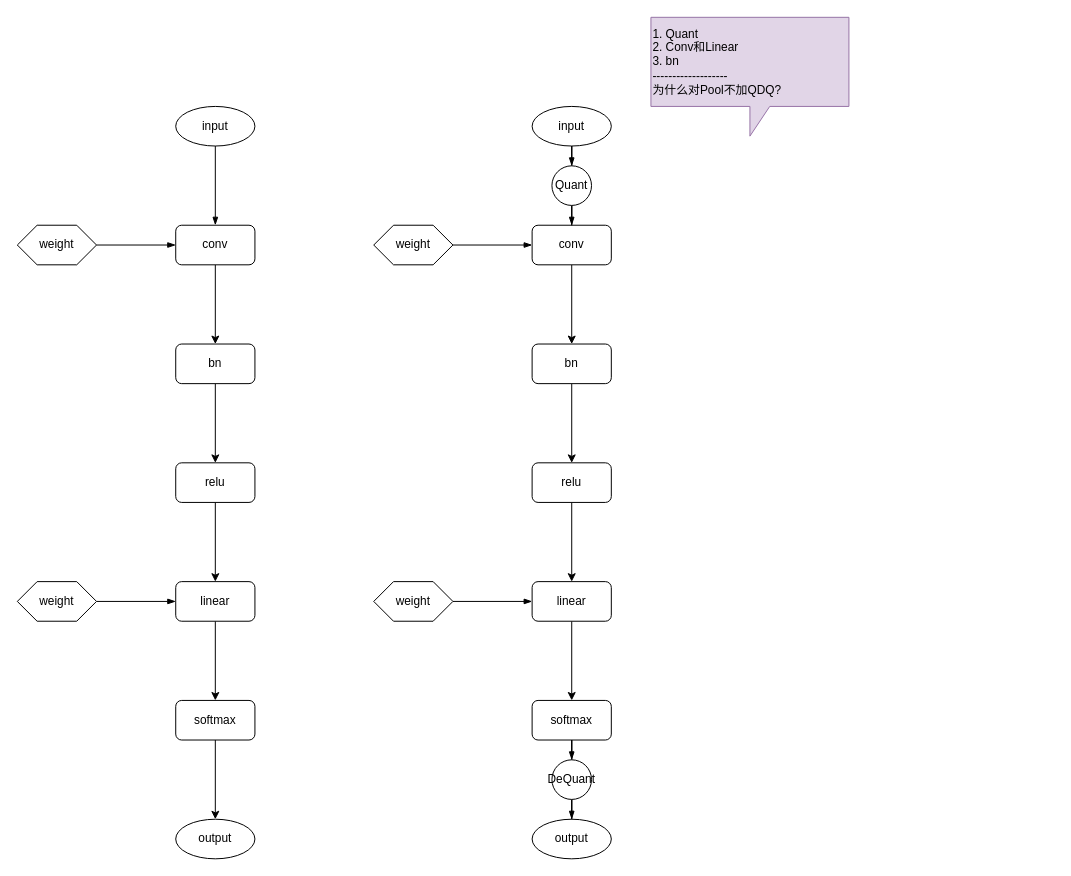
The draw.io diagram torch/QAT_Model_Flow.drawio in alanzhai219/dive_into_framework, before the edit. Source tidied: cells renumbered, new cells numbered last; positions are measured from the earlier drawing's top-left corner, leaving out a move shared by most shapes. Both pictures are drawn from the tidied source at 99%, with x=0, y=0 at pixel (17, 17).
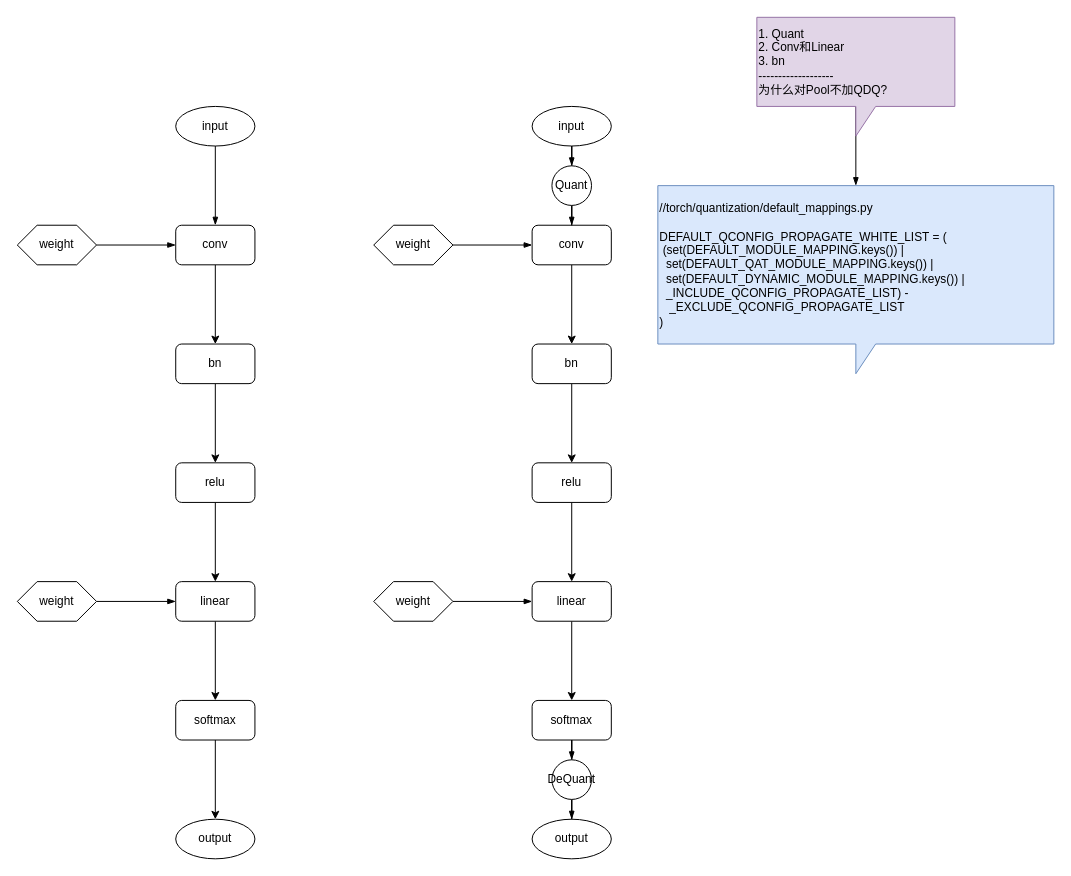
After the change.

Change to the diagram source:
```diff
@@
+    <mxCell id="41" style="edgeStyle=orthogonalEdgeStyle;rounded=0;jettySize=auto;html=1;endArrow=blockThin;endFill=1;" parent="1" edge="1" source="40" target="42">
+      <mxGeometry relative="1" as="geometry" />
+    </mxCell>
     <mxCell id="40" value="1. Quant&lt;br&gt;2. Conv和Linear&lt;br&gt;3. bn&lt;br&gt;-------------------&lt;br&gt;为什么对Pool不加QDQ?" style="shape=callout;whiteSpace=wrap;html=1;perimeter=calloutPerimeter;align=left;fillColor=#e1d5e7;strokeColor=#9673a6;" parent="1" vertex="1">
-      <mxGeometry x="640" width="200" height="120" as="geometry" />
+      <mxGeometry x="747" width="200" height="120" as="geometry" />
     </mxCell>
+    <mxCell id="42" value="&lt;div&gt;&lt;span&gt;//torch/quantization/default_mappings.py&lt;/span&gt;&lt;/div&gt;&lt;div&gt;&lt;span&gt;&lt;br&gt;&lt;/span&gt;&lt;/div&gt;&lt;span&gt;&lt;div&gt;DEFAULT_QCONFIG_PROPAGATE_WHITE_LIST = (&lt;span&gt;&amp;nbsp; &lt;span style=&quot;white-space: pre&quot;&gt; &lt;/span&gt;(set(DEFAULT_MODULE_MAPPING.keys()) |&lt;/span&gt;&lt;span&gt;&amp;nbsp; &amp;nbsp; &lt;span style=&quot;white-space: pre&quot;&gt; &lt;/span&gt;&amp;nbsp;set(DEFAULT_QAT_MODULE_MAPPING.keys()) |&lt;/span&gt;&lt;span&gt;&amp;nbsp; &lt;span style=&quot;white-space: pre&quot;&gt; &lt;/span&gt;&amp;nbsp;set(DEFAULT_DYNAMIC_MODULE_MAPPING.keys()) |&lt;/span&gt;&lt;span&gt;&amp;nbsp; &lt;span style=&quot;white-space: pre&quot;&gt; &lt;/span&gt;&amp;nbsp;_INCLUDE_QCONFIG_PROPAGATE_LIST) -&lt;/span&gt;&lt;span&gt;&amp;nbsp; &amp;nbsp;&lt;span style=&quot;white-space: pre&quot;&gt; &lt;/span&gt;&amp;nbsp;_EXCLUDE_QCONFIG_PROPAGATE_LIST&lt;/span&gt;&lt;/div&gt;&lt;div&gt;)&lt;/div&gt;&lt;/span&gt;" style="shape=callout;whiteSpace=wrap;html=1;perimeter=calloutPerimeter;align=left;fillColor=#dae8fc;strokeColor=#6c8ebf;" parent="1" vertex="1">
+      <mxGeometry x="647" y="170" width="400" height="190" as="geometry" />
+    </mxCell>
```
